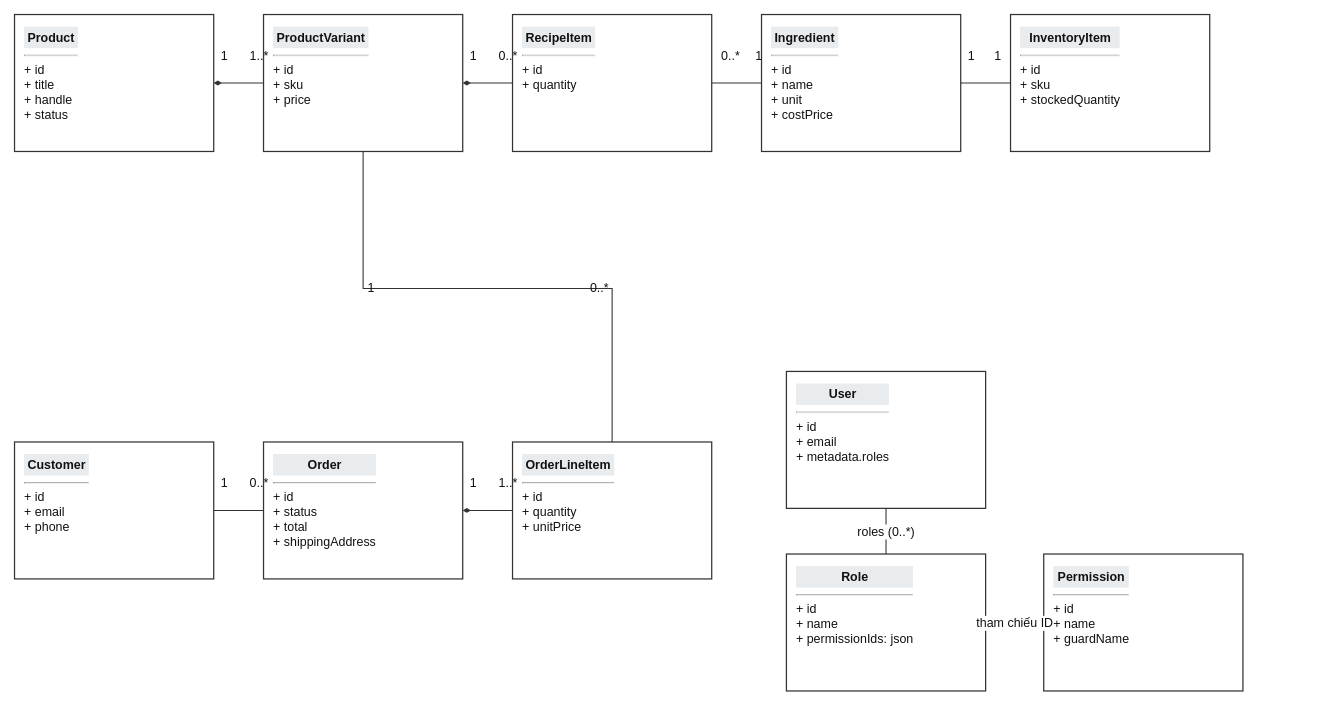
This is page "domain-class" (7 of 11) of docs/report/diagrams/mong-fruitboxz-all-diagrams.drawio from pathust/mong.fruitboxz, a draw.io file, before an edit. Source tidied: cells renumbered, new cells numbered last; positions are measured from the earlier drawing's top-left corner, leaving out a move shared by most shapes. Both pictures are drawn from the tidied source at 83%, with x=0, y=0 at pixel (14, 14).
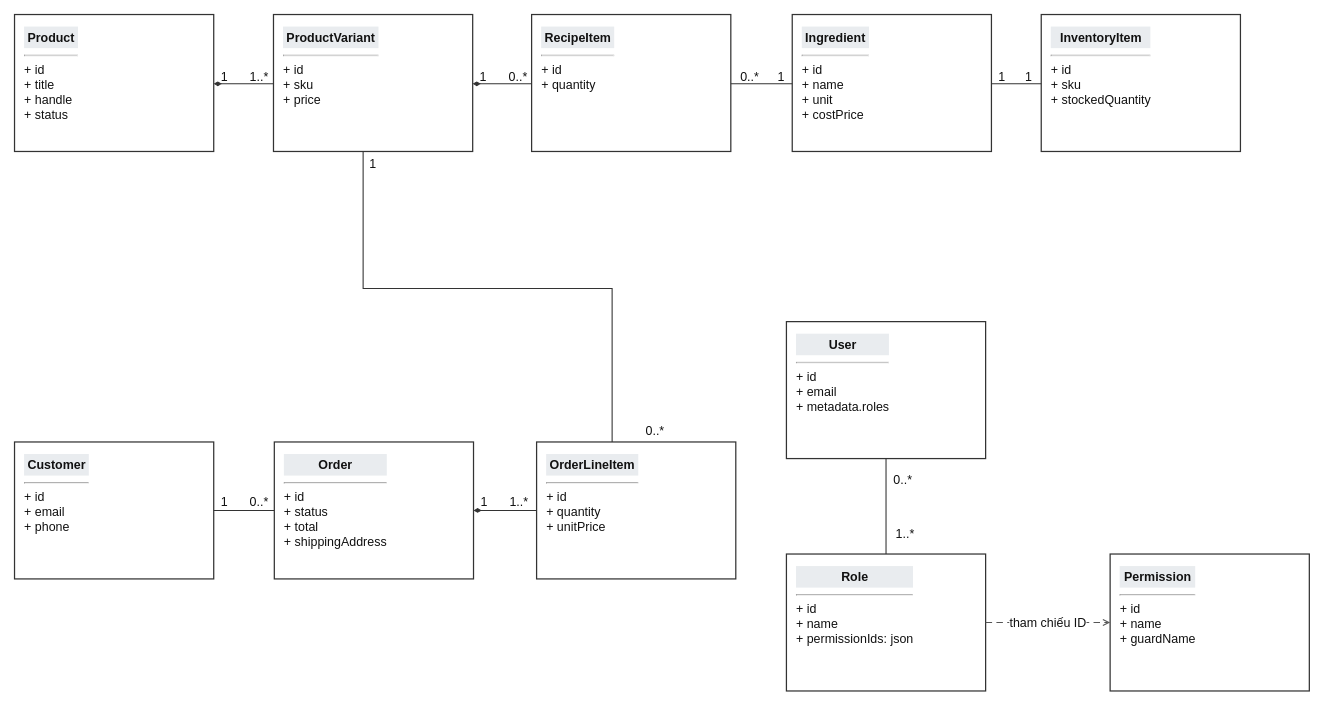
Above is the later version.

Unchanged cells that the change refers to:
```xml
<mxCell id="2" value="&lt;div style='text-align:center;background:#E9ECEF;padding:4px'&gt;&lt;b&gt;Product&lt;/b&gt;&lt;/div&gt;&lt;hr&gt;&lt;div&gt;+ id&lt;/div&gt;&lt;div&gt;+ title&lt;/div&gt;&lt;div&gt;+ handle&lt;/div&gt;&lt;div&gt;+ status&lt;/div&gt;" style="rounded=0;whiteSpace=wrap;html=1;align=left;verticalAlign=top;spacingLeft=10;spacingTop=8;fillColor=#FFFFFF;strokeColor=#333333;strokeWidth=1.5;fontFamily=Arial;fontSize=15;fontColor=#111111;" parent="1" vertex="1">
  <mxGeometry width="240" height="165" as="geometry" />
</mxCell>
<mxCell id="11" value="&lt;div style='text-align:center;background:#E9ECEF;padding:4px'&gt;&lt;b&gt;Role&lt;/b&gt;&lt;/div&gt;&lt;hr&gt;&lt;div&gt;+ id&lt;/div&gt;&lt;div&gt;+ name&lt;/div&gt;&lt;div&gt;+ permissionIds: json&lt;/div&gt;" style="rounded=0;whiteSpace=wrap;html=1;align=left;verticalAlign=top;spacingLeft=10;spacingTop=8;fillColor=#FFFFFF;strokeColor=#333333;strokeWidth=1.5;fontFamily=Arial;fontSize=15;fontColor=#111111;" parent="1" vertex="1">
  <mxGeometry x="930" y="650" width="240" height="165" as="geometry" />
</mxCell>
```

Change to the diagram source:
```diff
@@
     <mxCell id="3" value="&lt;div style='text-align:center;background:#E9ECEF;padding:4px'&gt;&lt;b&gt;ProductVariant&lt;/b&gt;&lt;/div&gt;&lt;hr&gt;&lt;div&gt;+ id&lt;/div&gt;&lt;div&gt;+ sku&lt;/div&gt;&lt;div&gt;+ price&lt;/div&gt;" style="rounded=0;whiteSpace=wrap;html=1;align=left;verticalAlign=top;spacingLeft=10;spacingTop=8;fillColor=#FFFFFF;strokeColor=#333333;strokeWidth=1.5;fontFamily=Arial;fontSize=15;fontColor=#111111;" parent="1" vertex="1">
-      <mxGeometry x="300" width="240" height="165" as="geometry" />
+      <mxGeometry x="312" width="240" height="165" as="geometry" />
     </mxCell>
     <mxCell id="4" value="&lt;div style='text-align:center;background:#E9ECEF;padding:4px'&gt;&lt;b&gt;RecipeItem&lt;/b&gt;&lt;/div&gt;&lt;hr&gt;&lt;div&gt;+ id&lt;/div&gt;&lt;div&gt;+ quantity&lt;/div&gt;" style="rounded=0;whiteSpace=wrap;html=1;align=left;verticalAlign=top;spacingLeft=10;spacingTop=8;fillColor=#FFFFFF;strokeColor=#333333;strokeWidth=1.5;fontFamily=Arial;fontSize=15;fontColor=#111111;" parent="1" vertex="1">
-      <mxGeometry x="600" width="240" height="165" as="geometry" />
+      <mxGeometry x="623" width="240" height="165" as="geometry" />
     </mxCell>
     <mxCell id="5" value="&lt;div style='text-align:center;background:#E9ECEF;padding:4px'&gt;&lt;b&gt;Ingredient&lt;/b&gt;&lt;/div&gt;&lt;hr&gt;&lt;div&gt;+ id&lt;/div&gt;&lt;div&gt;+ name&lt;/div&gt;&lt;div&gt;+ unit&lt;/div&gt;&lt;div&gt;+ costPrice&lt;/div&gt;" style="rounded=0;whiteSpace=wrap;html=1;align=left;verticalAlign=top;spacingLeft=10;spacingTop=8;fillColor=#FFFFFF;strokeColor=#333333;strokeWidth=1.5;fontFamily=Arial;fontSize=15;fontColor=#111111;" parent="1" vertex="1">
-      <mxGeometry x="900" width="240" height="165" as="geometry" />
+      <mxGeometry x="937" width="240" height="165" as="geometry" />
     </mxCell>
     <mxCell id="6" value="&lt;div style='text-align:center;background:#E9ECEF;padding:4px'&gt;&lt;b&gt;InventoryItem&lt;/b&gt;&lt;/div&gt;&lt;hr&gt;&lt;div&gt;+ id&lt;/div&gt;&lt;div&gt;+ sku&lt;/div&gt;&lt;div&gt;+ stockedQuantity&lt;/div&gt;" style="rounded=0;whiteSpace=wrap;html=1;align=left;verticalAlign=top;spacingLeft=10;spacingTop=8;fillColor=#FFFFFF;strokeColor=#333333;strokeWidth=1.5;fontFamily=Arial;fontSize=15;fontColor=#111111;" parent="1" vertex="1">
-      <mxGeometry x="1200" width="240" height="165" as="geometry" />
+      <mxGeometry x="1237" width="240" height="165" as="geometry" />
     </mxCell>
@@
     <mxCell id="8" value="&lt;div style='text-align:center;background:#E9ECEF;padding:4px'&gt;&lt;b&gt;Order&lt;/b&gt;&lt;/div&gt;&lt;hr&gt;&lt;div&gt;+ id&lt;/div&gt;&lt;div&gt;+ status&lt;/div&gt;&lt;div&gt;+ total&lt;/div&gt;&lt;div&gt;+ shippingAddress&lt;/div&gt;" style="rounded=0;whiteSpace=wrap;html=1;align=left;verticalAlign=top;spacingLeft=10;spacingTop=8;fillColor=#FFFFFF;strokeColor=#333333;strokeWidth=1.5;fontFamily=Arial;fontSize=15;fontColor=#111111;" parent="1" vertex="1">
-      <mxGeometry x="300" y="515" width="240" height="165" as="geometry" />
+      <mxGeometry x="313" y="515" width="240" height="165" as="geometry" />
     </mxCell>
     <mxCell id="9" value="&lt;div style='text-align:center;background:#E9ECEF;padding:4px'&gt;&lt;b&gt;OrderLineItem&lt;/b&gt;&lt;/div&gt;&lt;hr&gt;&lt;div&gt;+ id&lt;/div&gt;&lt;div&gt;+ quantity&lt;/div&gt;&lt;div&gt;+ unitPrice&lt;/div&gt;" style="rounded=0;whiteSpace=wrap;html=1;align=left;verticalAlign=top;spacingLeft=10;spacingTop=8;fillColor=#FFFFFF;strokeColor=#333333;strokeWidth=1.5;fontFamily=Arial;fontSize=15;fontColor=#111111;" parent="1" vertex="1">
-      <mxGeometry x="600" y="515" width="240" height="165" as="geometry" />
+      <mxGeometry x="629" y="515" width="240" height="165" as="geometry" />
     </mxCell>
     <mxCell id="10" value="&lt;div style='text-align:center;background:#E9ECEF;padding:4px'&gt;&lt;b&gt;User&lt;/b&gt;&lt;/div&gt;&lt;hr&gt;&lt;div&gt;+ id&lt;/div&gt;&lt;div&gt;+ email&lt;/div&gt;&lt;div&gt;+ metadata.roles&lt;/div&gt;" style="rounded=0;whiteSpace=wrap;html=1;align=left;verticalAlign=top;spacingLeft=10;spacingTop=8;fillColor=#FFFFFF;strokeColor=#333333;strokeWidth=1.5;fontFamily=Arial;fontSize=15;fontColor=#111111;" parent="1" vertex="1">
-      <mxGeometry x="930" y="430" width="240" height="165" as="geometry" />
+      <mxGeometry x="930" y="370" width="240" height="165" as="geometry" />
     </mxCell>
@@
     <mxCell id="12" value="&lt;div style='text-align:center;background:#E9ECEF;padding:4px'&gt;&lt;b&gt;Permission&lt;/b&gt;&lt;/div&gt;&lt;hr&gt;&lt;div&gt;+ id&lt;/div&gt;&lt;div&gt;+ name&lt;/div&gt;&lt;div&gt;+ guardName&lt;/div&gt;" style="rounded=0;whiteSpace=wrap;html=1;align=left;verticalAlign=top;spacingLeft=10;spacingTop=8;fillColor=#FFFFFF;strokeColor=#333333;strokeWidth=1.5;fontFamily=Arial;fontSize=15;fontColor=#111111;" parent="1" vertex="1">
-      <mxGeometry x="1240" y="650" width="240" height="165" as="geometry" />
+      <mxGeometry x="1320" y="650" width="240" height="165" as="geometry" />
     </mxCell>
-    <mxCell id="13" style="edgeStyle=orthogonalEdgeStyle;rounded=0;jettySize=auto;html=1;endArrow=none;strokeColor=#333333;strokeWidth=1.3;fontFamily=Arial;fontSize=15;fontColor=#111111;startArrow=diamondThin;startFill=1;" parent="1" edge="1" source="2" target="3">
-      <mxGeometry relative="1" as="geometry" />
+    <mxCell id="13" style="edgeStyle=orthogonalEdgeStyle;rounded=0;orthogonalLoop=1;jettySize=auto;html=1;endArrow=none;strokeColor=#333333;strokeWidth=1.3;fontFamily=Arial;fontSize=15;fontColor=#111111;startArrow=diamondThin;startFill=1;" parent="1" edge="1">
+      <mxGeometry relative="1" as="geometry">
+        <mxPoint x="240" y="83.5" as="sourcePoint" />
+        <mxPoint x="312" y="83.5" as="targetPoint" />
+      </mxGeometry>
     </mxCell>
-    <mxCell id="14" style="edgeStyle=orthogonalEdgeStyle;rounded=0;jettySize=auto;html=1;endArrow=none;strokeColor=#333333;strokeWidth=1.3;fontFamily=Arial;fontSize=15;fontColor=#111111;startArrow=diamondThin;startFill=1;" parent="1" edge="1" source="3" target="4">
-      <mxGeometry relative="1" as="geometry" />
+    <mxCell id="14" style="edgeStyle=orthogonalEdgeStyle;rounded=0;orthogonalLoop=1;jettySize=auto;html=1;endArrow=none;strokeColor=#333333;strokeWidth=1.3;fontFamily=Arial;fontSize=15;fontColor=#111111;startArrow=diamondThin;startFill=1;" parent="1" edge="1">
+      <mxGeometry relative="1" as="geometry">
+        <mxPoint x="552" y="83.5" as="sourcePoint" />
+        <mxPoint x="623" y="83.5" as="targetPoint" />
+      </mxGeometry>
     </mxCell>
-    <mxCell id="15" style="edgeStyle=orthogonalEdgeStyle;rounded=0;jettySize=auto;html=1;endArrow=none;strokeColor=#333333;strokeWidth=1.3;fontFamily=Arial;fontSize=15;fontColor=#111111;" parent="1" edge="1" source="5" target="4">
-      <mxGeometry relative="1" as="geometry" />
+    <mxCell id="15" style="edgeStyle=orthogonalEdgeStyle;rounded=0;orthogonalLoop=1;jettySize=auto;html=1;endArrow=none;strokeColor=#333333;strokeWidth=1.3;fontFamily=Arial;fontSize=15;fontColor=#111111;" parent="1" edge="1">
+      <mxGeometry relative="1" as="geometry">
+        <mxPoint x="937" y="83.5" as="sourcePoint" />
+        <mxPoint x="863" y="83.5" as="targetPoint" />
+      </mxGeometry>
     </mxCell>
-    <mxCell id="16" style="edgeStyle=orthogonalEdgeStyle;rounded=0;jettySize=auto;html=1;endArrow=none;strokeColor=#333333;strokeWidth=1.3;fontFamily=Arial;fontSize=15;fontColor=#111111;" parent="1" edge="1" source="5" target="6">
-      <mxGeometry relative="1" as="geometry" />
+    <mxCell id="16" style="edgeStyle=orthogonalEdgeStyle;rounded=0;orthogonalLoop=1;jettySize=auto;html=1;endArrow=none;strokeColor=#333333;strokeWidth=1.3;fontFamily=Arial;fontSize=15;fontColor=#111111;" parent="1" edge="1">
+      <mxGeometry relative="1" as="geometry">
+        <mxPoint x="1177" y="83.5" as="sourcePoint" />
+        <mxPoint x="1237" y="83.5" as="targetPoint" />
+      </mxGeometry>
     </mxCell>
@@
-    <mxCell id="20" value="roles (0..*)" style="edgeStyle=orthogonalEdgeStyle;rounded=0;jettySize=auto;html=1;endArrow=none;strokeColor=#333333;strokeWidth=1.3;fontFamily=Arial;fontSize=15;fontColor=#111111;" parent="1" edge="1" source="10" target="11">
-      <mxGeometry relative="1" as="geometry" />
+    <mxCell id="20" value="0..*" style="edgeStyle=orthogonalEdgeStyle;rounded=0;jettySize=auto;html=1;endArrow=none;strokeColor=#333333;strokeWidth=1.3;fontFamily=Arial;fontSize=15;fontColor=#111111;" parent="1" edge="1" source="10" target="11">
+      <mxGeometry x="-0.57" y="20" relative="1" as="geometry" />
     </mxCell>
@@
     <mxCell id="22" value="1" style="text;html=1;align=center;verticalAlign=middle;whiteSpace=wrap;fontFamily=Arial;fontSize=15;fontColor=#111111;" parent="1" vertex="1">
-      <mxGeometry x="238" y="35" width="30" height="28" as="geometry" />
+      <mxGeometry x="238" y="60" width="30" height="28" as="geometry" />
     </mxCell>
     <mxCell id="23" value="1..*" style="text;html=1;align=center;verticalAlign=middle;whiteSpace=wrap;fontFamily=Arial;fontSize=15;fontColor=#111111;" parent="1" vertex="1">
-      <mxGeometry x="270" y="35" width="50" height="28" as="geometry" />
+      <mxGeometry x="270" y="60" width="50" height="28" as="geometry" />
     </mxCell>
     <mxCell id="24" value="1" style="text;html=1;align=center;verticalAlign=middle;whiteSpace=wrap;fontFamily=Arial;fontSize=15;fontColor=#111111;" parent="1" vertex="1">
-      <mxGeometry x="538" y="35" width="30" height="28" as="geometry" />
+      <mxGeometry x="550" y="60" width="30" height="28" as="geometry" />
     </mxCell>
     <mxCell id="25" value="0..*" style="text;html=1;align=center;verticalAlign=middle;whiteSpace=wrap;fontFamily=Arial;fontSize=15;fontColor=#111111;" parent="1" vertex="1">
-      <mxGeometry x="570" y="35" width="50" height="28" as="geometry" />
+      <mxGeometry x="582" y="60" width="50" height="28" as="geometry" />
     </mxCell>
     <mxCell id="26" value="0..*" style="text;html=1;align=center;verticalAlign=middle;whiteSpace=wrap;fontFamily=Arial;fontSize=15;fontColor=#111111;" parent="1" vertex="1">
-      <mxGeometry x="838" y="35" width="50" height="28" as="geometry" />
+      <mxGeometry x="861" y="60" width="50" height="28" as="geometry" />
     </mxCell>
     <mxCell id="27" value="1" style="text;html=1;align=center;verticalAlign=middle;whiteSpace=wrap;fontFamily=Arial;fontSize=15;fontColor=#111111;" parent="1" vertex="1">
-      <mxGeometry x="882" y="35" width="30" height="28" as="geometry" />
+      <mxGeometry x="909" y="60" width="30" height="28" as="geometry" />
     </mxCell>
     <mxCell id="28" value="1" style="text;html=1;align=center;verticalAlign=middle;whiteSpace=wrap;fontFamily=Arial;fontSize=15;fontColor=#111111;" parent="1" vertex="1">
-      <mxGeometry x="1138" y="35" width="30" height="28" as="geometry" />
+      <mxGeometry x="1175" y="60" width="30" height="28" as="geometry" />
     </mxCell>
     <mxCell id="29" value="1" style="text;html=1;align=center;verticalAlign=middle;whiteSpace=wrap;fontFamily=Arial;fontSize=15;fontColor=#111111;" parent="1" vertex="1">
-      <mxGeometry x="1170" y="35" width="30" height="28" as="geometry" />
+      <mxGeometry x="1207" y="60" width="30" height="28" as="geometry" />
     </mxCell>
     <mxCell id="30" value="1" style="text;html=1;align=center;verticalAlign=middle;whiteSpace=wrap;fontFamily=Arial;fontSize=15;fontColor=#111111;" parent="1" vertex="1">
-      <mxGeometry x="238" y="550" width="30" height="28" as="geometry" />
+      <mxGeometry x="238" y="573" width="30" height="28" as="geometry" />
     </mxCell>
     <mxCell id="31" value="0..*" style="text;html=1;align=center;verticalAlign=middle;whiteSpace=wrap;fontFamily=Arial;fontSize=15;fontColor=#111111;" parent="1" vertex="1">
-      <mxGeometry x="270" y="550" width="50" height="28" as="geometry" />
+      <mxGeometry x="270" y="573" width="50" height="28" as="geometry" />
     </mxCell>
     <mxCell id="32" value="1" style="text;html=1;align=center;verticalAlign=middle;whiteSpace=wrap;fontFamily=Arial;fontSize=15;fontColor=#111111;" parent="1" vertex="1">
-      <mxGeometry x="538" y="550" width="30" height="28" as="geometry" />
+      <mxGeometry x="551" y="573" width="30" height="28" as="geometry" />
     </mxCell>
     <mxCell id="33" value="1..*" style="text;html=1;align=center;verticalAlign=middle;whiteSpace=wrap;fontFamily=Arial;fontSize=15;fontColor=#111111;" parent="1" vertex="1">
-      <mxGeometry x="570" y="550" width="50" height="28" as="geometry" />
+      <mxGeometry x="583" y="573" width="50" height="28" as="geometry" />
     </mxCell>
     <mxCell id="34" value="1" style="text;html=1;align=center;verticalAlign=middle;whiteSpace=wrap;fontFamily=Arial;fontSize=15;fontColor=#111111;" parent="1" vertex="1">
-      <mxGeometry x="415" y="315" width="30" height="28" as="geometry" />
+      <mxGeometry x="417" y="165" width="30" height="28" as="geometry" />
     </mxCell>
     <mxCell id="35" value="0..*" style="text;html=1;align=center;verticalAlign=middle;whiteSpace=wrap;fontFamily=Arial;fontSize=15;fontColor=#111111;" parent="1" vertex="1">
-      <mxGeometry x="680" y="315" width="50" height="28" as="geometry" />
+      <mxGeometry x="747" y="487" width="50" height="28" as="geometry" />
     </mxCell>
+    <mxCell id="36" value="&lt;span style=&quot;color: rgb(17, 17, 17); font-family: Arial; font-size: 15px; font-style: normal; font-variant-ligatures: normal; font-variant-caps: normal; font-weight: 400; letter-spacing: normal; orphans: 2; text-align: center; text-indent: 0px; text-transform: none; widows: 2; word-spacing: 0px; -webkit-text-stroke-width: 0px; white-space: nowrap; background-color: rgb(255, 255, 255); text-decoration-thickness: initial; text-decoration-style: initial; text-decoration-color: initial; float: none; display: inline !important;&quot;&gt;1..*&lt;/span&gt;" style="text;whiteSpace=wrap;html=1;" parent="1" vertex="1">
+      <mxGeometry x="1060" y="610" width="40" height="30" as="geometry" />
+    </mxCell>
```
